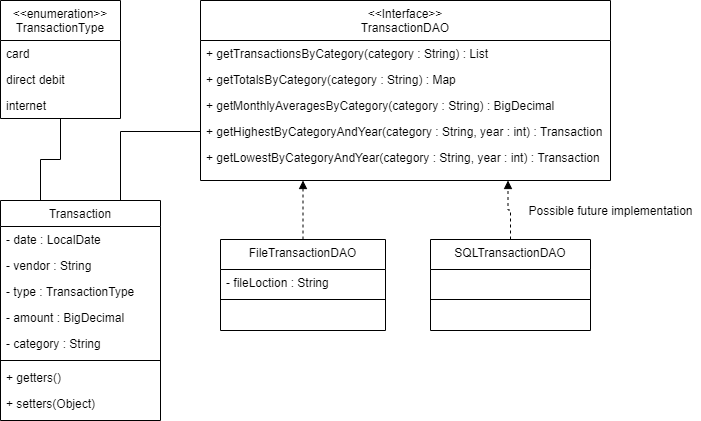
Earlier version of the draw.io export Class Diagram.png (dickyince/transaction-categories). Source tidied: cells renumbered, new cells last; positions are measured from the earlier drawing's top-left corner, leaving out a move shared by most shapes.
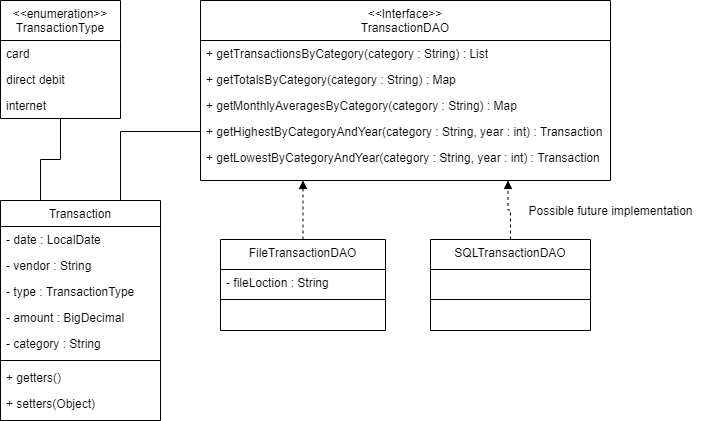
The same diagram one commit later.

Commit message:
Updating return value of getMonthlyAveragesByCategory

Diff of the diagram source:
```diff
@@ -38,7 +38,7 @@
     <mxCell id="13" value="+ getTotalsByCategory(category : String) : Map" style="text;align=left;verticalAlign=top;spacingLeft=4;spacingRight=4;overflow=hidden;" parent="11" vertex="1">
       <mxGeometry y="66" width="410" height="26" as="geometry" />
     </mxCell>
-    <mxCell id="14" value="+ getMonthlyAveragesByCategory(category : String) : BigDecimal" style="text;align=left;verticalAlign=top;spacingLeft=4;spacingRight=4;overflow=hidden;" parent="11" vertex="1">
+    <mxCell id="14" value="+ getMonthlyAveragesByCategory(category : String) : Map" style="text;align=left;verticalAlign=top;spacingLeft=4;spacingRight=4;overflow=hidden;" parent="11" vertex="1">
       <mxGeometry y="92" width="410" height="26" as="geometry" />
     </mxCell>
     <mxCell id="15" value="+ getHighestByCategoryAndYear(category : String, year : int) : Transaction" style="text;align=left;verticalAlign=top;spacingLeft=4;spacingRight=4;overflow=hidden;" parent="11" vertex="1">
```
